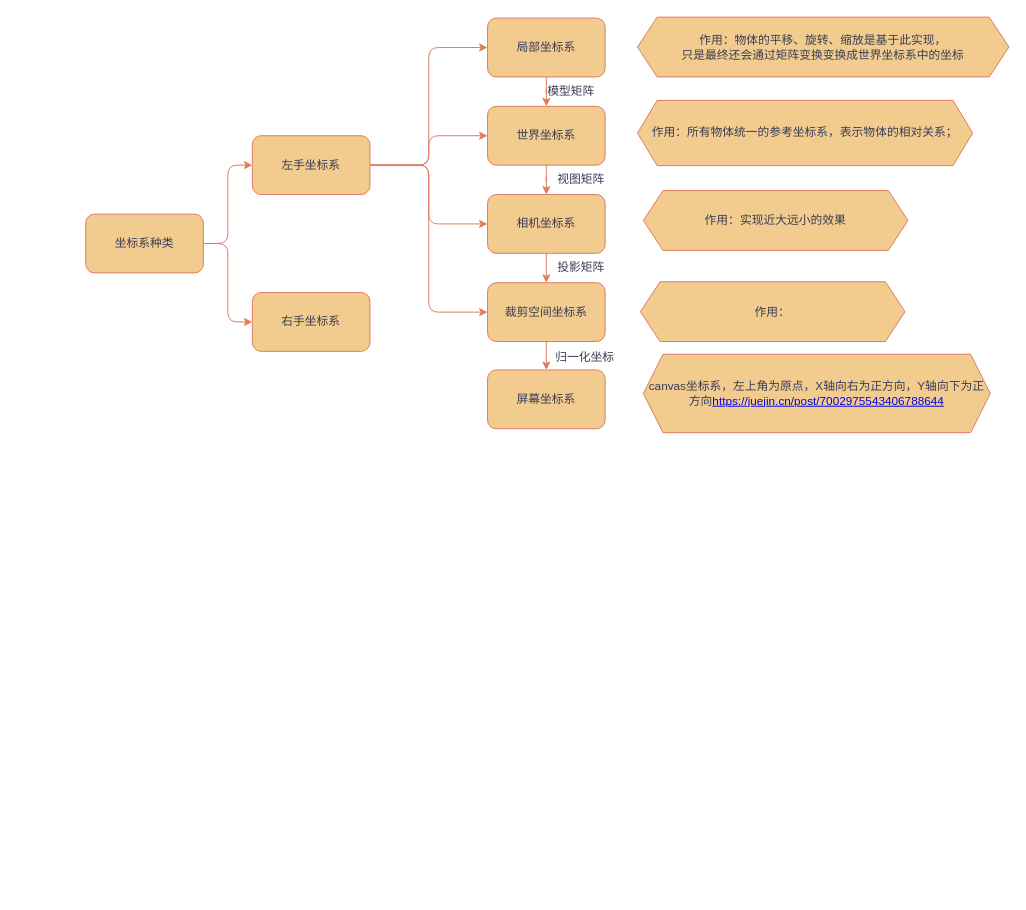
Earlier version of the draw.io diagram webgl three.js坐标系总结.drawio (linghuchong-asen/draw.io). Source tidied: cells renumbered, new cells numbered last; positions are measured from the earlier drawing's top-left corner, leaving out a move shared by most shapes. Both pictures are drawn from the tidied source at 98%, with x=0, y=0 at pixel (85, 17).
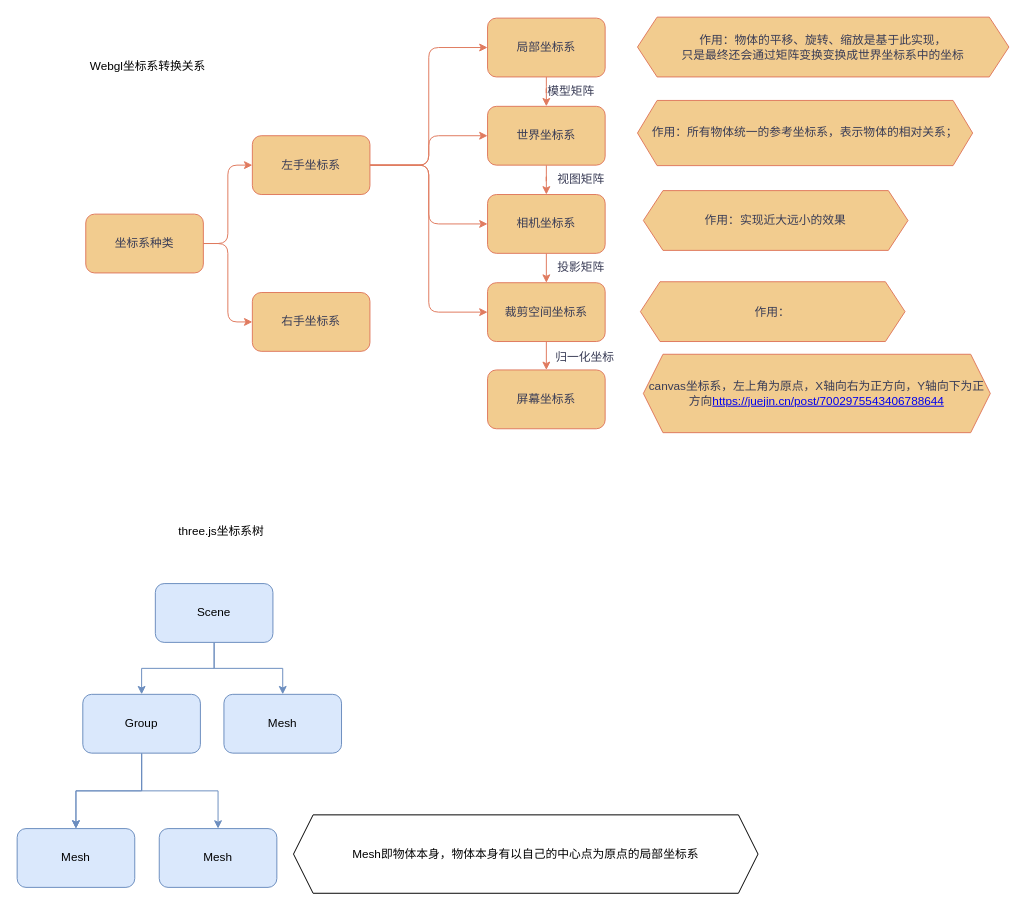
After the change.

Commit message (it also covers changes not shown here):
更新webgl three.js坐标系总结.drawio

The edit, as a diff of the source:
```diff
@@
+    <mxCell id="29" value="three.js坐标系树" style="text;html=1;strokeColor=none;fillColor=none;align=center;verticalAlign=middle;whiteSpace=wrap;rounded=0;" parent="1" vertex="1">
+      <mxGeometry x="23" y="510" width="231" height="30" as="geometry" />
+    </mxCell>
+    <mxCell id="30" style="edgeStyle=orthogonalEdgeStyle;rounded=0;jettySize=auto;html=1;exitX=0.5;exitY=1;exitDx=0;exitDy=0;fillColor=#dae8fc;strokeColor=#6c8ebf;" parent="1" edge="1" source="32" target="36">
+      <mxGeometry relative="1" as="geometry" />
+    </mxCell>
+    <mxCell id="31" style="edgeStyle=orthogonalEdgeStyle;rounded=0;jettySize=auto;html=1;exitX=0.5;exitY=1;exitDx=0;exitDy=0;fillColor=#dae8fc;strokeColor=#6c8ebf;" parent="1" edge="1" source="32" target="37">
+      <mxGeometry relative="1" as="geometry" />
+    </mxCell>
+    <mxCell id="32" value="Scene" style="rounded=1;whiteSpace=wrap;html=1;fillColor=#dae8fc;strokeColor=#6c8ebf;" parent="1" vertex="1">
+      <mxGeometry x="71" y="578" width="120" height="60" as="geometry" />
+    </mxCell>
+    <mxCell id="33" style="edgeStyle=orthogonalEdgeStyle;rounded=0;jettySize=auto;html=1;fillColor=#dae8fc;strokeColor=#6c8ebf;" parent="1" edge="1" source="36" target="38">
+      <mxGeometry relative="1" as="geometry" />
+    </mxCell>
+    <mxCell id="34" style="edgeStyle=orthogonalEdgeStyle;rounded=0;jettySize=auto;html=1;fillColor=#dae8fc;strokeColor=#6c8ebf;" parent="1" edge="1" source="36" target="38">
+      <mxGeometry relative="1" as="geometry" />
+    </mxCell>
+    <mxCell id="35" style="edgeStyle=orthogonalEdgeStyle;rounded=0;jettySize=auto;html=1;exitX=0.5;exitY=1;exitDx=0;exitDy=0;entryX=0.5;entryY=0;entryDx=0;entryDy=0;fillColor=#dae8fc;strokeColor=#6c8ebf;" parent="1" edge="1" source="36" target="39">
+      <mxGeometry relative="1" as="geometry" />
+    </mxCell>
+    <mxCell id="36" value="Group" style="whiteSpace=wrap;html=1;rounded=1;fillColor=#dae8fc;strokeColor=#6c8ebf;" parent="1" vertex="1">
+      <mxGeometry x="-3" y="691" width="120" height="60" as="geometry" />
+    </mxCell>
+    <mxCell id="37" value="Mesh" style="whiteSpace=wrap;html=1;rounded=1;fillColor=#dae8fc;strokeColor=#6c8ebf;" parent="1" vertex="1">
+      <mxGeometry x="141" y="691" width="120" height="60" as="geometry" />
+    </mxCell>
+    <mxCell id="38" value="Mesh" style="rounded=1;whiteSpace=wrap;html=1;fillColor=#dae8fc;strokeColor=#6c8ebf;" parent="1" vertex="1">
+      <mxGeometry x="-70" y="828" width="120" height="60" as="geometry" />
+    </mxCell>
+    <mxCell id="39" value="Mesh" style="rounded=1;whiteSpace=wrap;html=1;fillColor=#dae8fc;strokeColor=#6c8ebf;" parent="1" vertex="1">
+      <mxGeometry x="75" y="828" width="120" height="60" as="geometry" />
+    </mxCell>
+    <mxCell id="40" value="Mesh即物体本身，物体本身有以自己的中心点为原点的局部坐标系" style="shape=hexagon;perimeter=hexagonPerimeter2;whiteSpace=wrap;html=1;fixedSize=1;" parent="1" vertex="1">
+      <mxGeometry x="212" y="814" width="474" height="80" as="geometry" />
+    </mxCell>
+    <mxCell id="41" value="Webgl坐标系转换关系" style="text;html=1;strokeColor=none;fillColor=none;align=center;verticalAlign=middle;whiteSpace=wrap;rounded=0;" parent="1" vertex="1">
+      <mxGeometry x="-29" y="35" width="185" height="30" as="geometry" />
+    </mxCell>
```
